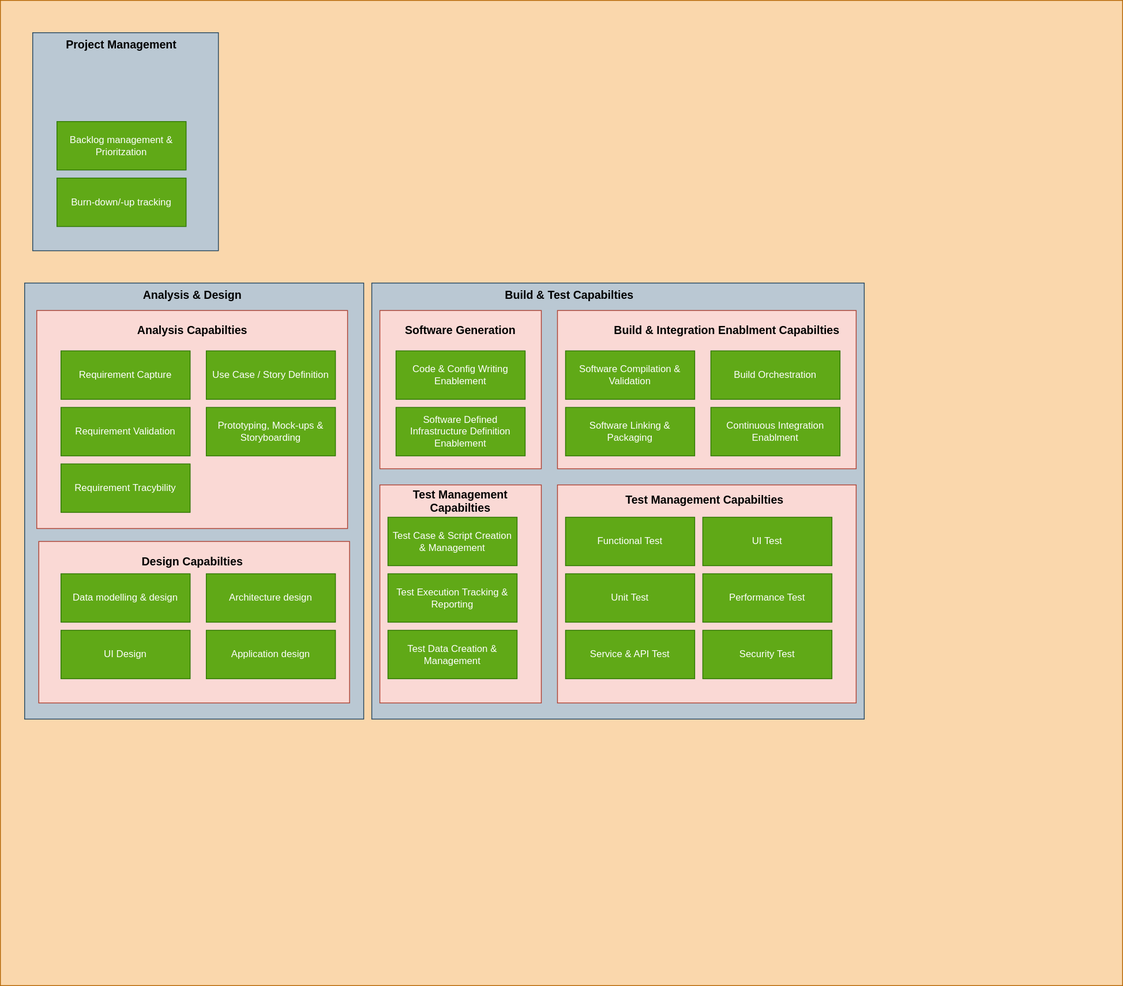
Altinn/altinn-studio-docs keeps this draw.io diagram as content/technology/architecture/capabilities/devops/devopscapabilities.drawio.svg. Above is the earlier version. Source tidied: cells renumbered, new cells last; positions are measured from the earlier drawing's top-left corner, leaving out a move shared by most shapes. Its diagram source:
```xml
<mxGraphModel>
  <root>
    <mxCell id="0" />
    <mxCell id="1" parent="0" />
    <mxCell id="2" style="rounded=0;whiteSpace=wrap;html=1;fillColor=#fad7ac;strokeColor=#b46504;" parent="1" vertex="1">
      <mxGeometry width="1390" height="1220" as="geometry" />
    </mxCell>
    <mxCell id="3" style="rounded=0;whiteSpace=wrap;html=1;fillColor=#bac8d3;strokeColor=#23445d;" parent="1" vertex="1">
      <mxGeometry x="40" y="40" width="230" height="270" as="geometry" />
    </mxCell>
    <mxCell id="4" value="Backlog management &amp;amp; Prioritzation" style="rounded=0;whiteSpace=wrap;html=1;fillColor=#60a917;fontColor=#ffffff;strokeColor=#2D7600;" parent="1" vertex="1">
      <mxGeometry x="70" y="150" width="160" height="60" as="geometry" />
    </mxCell>
    <mxCell id="5" value="Burn-down/-up tracking" style="rounded=0;whiteSpace=wrap;html=1;fillColor=#60a917;fontColor=#ffffff;strokeColor=#2D7600;" parent="1" vertex="1">
      <mxGeometry x="70" y="220" width="160" height="60" as="geometry" />
    </mxCell>
    <mxCell id="6" value="Project Management" style="text;html=1;strokeColor=none;fillColor=none;align=center;verticalAlign=middle;whiteSpace=wrap;rounded=0;fontColor=#000000;fontStyle=1;fontSize=14;" parent="1" vertex="1">
      <mxGeometry x="45" y="40" width="210" height="30" as="geometry" />
    </mxCell>
    <mxCell id="7" style="rounded=0;whiteSpace=wrap;html=1;fillColor=#bac8d3;strokeColor=#23445d;" parent="1" vertex="1">
      <mxGeometry x="30" y="350" width="420" height="540" as="geometry" />
    </mxCell>
    <mxCell id="8" value="Analysis &amp;amp; Design" style="text;html=1;strokeColor=none;fillColor=none;align=center;verticalAlign=middle;whiteSpace=wrap;rounded=0;fontColor=#000000;fontStyle=1;fontSize=14;" parent="1" vertex="1">
      <mxGeometry x="132.5" y="350" width="210" height="30" as="geometry" />
    </mxCell>
    <mxCell id="9" style="rounded=0;whiteSpace=wrap;html=1;fillColor=#fad9d5;strokeColor=#ae4132;" parent="1" vertex="1">
      <mxGeometry x="45" y="384" width="385" height="270" as="geometry" />
    </mxCell>
    <mxCell id="10" value="Analysis Capabilties" style="text;html=1;strokeColor=none;fillColor=none;align=center;verticalAlign=middle;whiteSpace=wrap;rounded=0;fontColor=#000000;fontStyle=1;fontSize=14;" parent="1" vertex="1">
      <mxGeometry x="132.5" y="394" width="210" height="30" as="geometry" />
    </mxCell>
    <mxCell id="11" value="Requirement Capture" style="rounded=0;whiteSpace=wrap;html=1;fillColor=#60a917;fontColor=#ffffff;strokeColor=#2D7600;" parent="1" vertex="1">
      <mxGeometry x="75" y="434" width="160" height="60" as="geometry" />
    </mxCell>
    <mxCell id="12" value="Use Case / Story Definition" style="rounded=0;whiteSpace=wrap;html=1;fillColor=#60a917;fontColor=#ffffff;strokeColor=#2D7600;" parent="1" vertex="1">
      <mxGeometry x="255" y="434" width="160" height="60" as="geometry" />
    </mxCell>
    <mxCell id="13" value="Requirement Validation" style="rounded=0;whiteSpace=wrap;html=1;fillColor=#60a917;fontColor=#ffffff;strokeColor=#2D7600;" parent="1" vertex="1">
      <mxGeometry x="75" y="504" width="160" height="60" as="geometry" />
    </mxCell>
    <mxCell id="14" value="Requirement Tracybility" style="rounded=0;whiteSpace=wrap;html=1;fillColor=#60a917;fontColor=#ffffff;strokeColor=#2D7600;" parent="1" vertex="1">
      <mxGeometry x="75" y="574" width="160" height="60" as="geometry" />
    </mxCell>
    <mxCell id="15" value="Prototyping, Mock-ups &amp;amp; Storyboarding" style="rounded=0;whiteSpace=wrap;html=1;fillColor=#60a917;fontColor=#ffffff;strokeColor=#2D7600;" parent="1" vertex="1">
      <mxGeometry x="255" y="504" width="160" height="60" as="geometry" />
    </mxCell>
    <mxCell id="16" style="rounded=0;whiteSpace=wrap;html=1;fillColor=#fad9d5;strokeColor=#ae4132;" parent="1" vertex="1">
      <mxGeometry x="47.5" y="670" width="385" height="200" as="geometry" />
    </mxCell>
    <mxCell id="17" value="Data modelling &amp;amp; design" style="rounded=0;whiteSpace=wrap;html=1;fillColor=#60a917;fontColor=#ffffff;strokeColor=#2D7600;" parent="1" vertex="1">
      <mxGeometry x="75" y="710" width="160" height="60" as="geometry" />
    </mxCell>
    <mxCell id="18" value="Architecture design" style="rounded=0;whiteSpace=wrap;html=1;fillColor=#60a917;fontColor=#ffffff;strokeColor=#2D7600;" parent="1" vertex="1">
      <mxGeometry x="255" y="710" width="160" height="60" as="geometry" />
    </mxCell>
    <mxCell id="19" value="UI Design" style="rounded=0;whiteSpace=wrap;html=1;fillColor=#60a917;fontColor=#ffffff;strokeColor=#2D7600;" parent="1" vertex="1">
      <mxGeometry x="75" y="780" width="160" height="60" as="geometry" />
    </mxCell>
    <mxCell id="20" value="Application design" style="rounded=0;whiteSpace=wrap;html=1;fillColor=#60a917;fontColor=#ffffff;strokeColor=#2D7600;" parent="1" vertex="1">
      <mxGeometry x="255" y="780" width="160" height="60" as="geometry" />
    </mxCell>
    <mxCell id="21" value="Design Capabilties" style="text;html=1;strokeColor=none;fillColor=none;align=center;verticalAlign=middle;whiteSpace=wrap;rounded=0;fontColor=#000000;fontStyle=1;fontSize=14;" parent="1" vertex="1">
      <mxGeometry x="132.5" y="680" width="210" height="30" as="geometry" />
    </mxCell>
    <mxCell id="22" style="rounded=0;whiteSpace=wrap;html=1;fillColor=#bac8d3;strokeColor=#23445d;" parent="1" vertex="1">
      <mxGeometry x="460" y="350" width="610" height="540" as="geometry" />
    </mxCell>
    <mxCell id="23" style="rounded=0;whiteSpace=wrap;html=1;fillColor=#fad9d5;strokeColor=#ae4132;" parent="1" vertex="1">
      <mxGeometry x="470" y="384" width="200" height="196" as="geometry" />
    </mxCell>
    <mxCell id="24" value="Code &amp;amp; Config Writing Enablement" style="rounded=0;whiteSpace=wrap;html=1;fillColor=#60a917;fontColor=#ffffff;strokeColor=#2D7600;" parent="1" vertex="1">
      <mxGeometry x="490" y="434" width="160" height="60" as="geometry" />
    </mxCell>
    <mxCell id="25" value="Software Defined Infrastructure Definition Enablement" style="rounded=0;whiteSpace=wrap;html=1;fillColor=#60a917;fontColor=#ffffff;strokeColor=#2D7600;" parent="1" vertex="1">
      <mxGeometry x="490" y="504" width="160" height="60" as="geometry" />
    </mxCell>
    <mxCell id="26" value="Software Generation" style="text;html=1;strokeColor=none;fillColor=none;align=center;verticalAlign=middle;whiteSpace=wrap;rounded=0;fontColor=#000000;fontStyle=1;fontSize=14;" parent="1" vertex="1">
      <mxGeometry x="465" y="394" width="210" height="30" as="geometry" />
    </mxCell>
    <mxCell id="27" style="rounded=0;whiteSpace=wrap;html=1;fillColor=#fad9d5;strokeColor=#ae4132;" parent="1" vertex="1">
      <mxGeometry x="690" y="384" width="370" height="196" as="geometry" />
    </mxCell>
    <mxCell id="28" value="Build &amp;amp; Integration Enablment Capabilties" style="text;html=1;strokeColor=none;fillColor=none;align=center;verticalAlign=middle;whiteSpace=wrap;rounded=0;fontColor=#000000;fontStyle=1;fontSize=14;" parent="1" vertex="1">
      <mxGeometry x="745" y="394" width="310" height="30" as="geometry" />
    </mxCell>
    <mxCell id="29" value="Software Compilation &amp;amp; Validation" style="rounded=0;whiteSpace=wrap;html=1;fillColor=#60a917;fontColor=#ffffff;strokeColor=#2D7600;" parent="1" vertex="1">
      <mxGeometry x="700" y="434" width="160" height="60" as="geometry" />
    </mxCell>
    <mxCell id="30" value="Build Orchestration" style="rounded=0;whiteSpace=wrap;html=1;fillColor=#60a917;fontColor=#ffffff;strokeColor=#2D7600;" parent="1" vertex="1">
      <mxGeometry x="880" y="434" width="160" height="60" as="geometry" />
    </mxCell>
    <mxCell id="31" value="Continuous Integration Enablment" style="rounded=0;whiteSpace=wrap;html=1;fillColor=#60a917;fontColor=#ffffff;strokeColor=#2D7600;" parent="1" vertex="1">
      <mxGeometry x="880" y="504" width="160" height="60" as="geometry" />
    </mxCell>
    <mxCell id="32" value="Software Linking &amp;amp; Packaging" style="rounded=0;whiteSpace=wrap;html=1;fillColor=#60a917;fontColor=#ffffff;strokeColor=#2D7600;" parent="1" vertex="1">
      <mxGeometry x="700" y="504" width="160" height="60" as="geometry" />
    </mxCell>
    <mxCell id="33" style="rounded=0;whiteSpace=wrap;html=1;fillColor=#fad9d5;strokeColor=#ae4132;fontStyle=1;" parent="1" vertex="1">
      <mxGeometry x="470" y="600" width="200" height="270" as="geometry" />
    </mxCell>
    <mxCell id="34" value="Test Management Capabilties" style="text;html=1;strokeColor=none;fillColor=none;align=center;verticalAlign=middle;whiteSpace=wrap;rounded=0;fontColor=#000000;fontStyle=1;fontSize=14;" parent="1" vertex="1">
      <mxGeometry x="510" y="605" width="120" height="30" as="geometry" />
    </mxCell>
    <mxCell id="35" value="Test Execution Tracking &amp;amp; Reporting" style="rounded=0;whiteSpace=wrap;html=1;fillColor=#60a917;fontColor=#ffffff;strokeColor=#2D7600;" parent="1" vertex="1">
      <mxGeometry x="480" y="710" width="160" height="60" as="geometry" />
    </mxCell>
    <mxCell id="36" value="Test Case &amp;amp; Script Creation &amp;amp; Management" style="rounded=0;whiteSpace=wrap;html=1;fillColor=#60a917;fontColor=#ffffff;strokeColor=#2D7600;" parent="1" vertex="1">
      <mxGeometry x="480" y="640" width="160" height="60" as="geometry" />
    </mxCell>
    <mxCell id="37" value="Test Data Creation &amp;amp; Management" style="rounded=0;whiteSpace=wrap;html=1;fillColor=#60a917;fontColor=#ffffff;strokeColor=#2D7600;" parent="1" vertex="1">
      <mxGeometry x="480" y="780" width="160" height="60" as="geometry" />
    </mxCell>
    <mxCell id="38" style="rounded=0;whiteSpace=wrap;html=1;fillColor=#fad9d5;strokeColor=#ae4132;fontStyle=1;" parent="1" vertex="1">
      <mxGeometry x="690" y="600" width="370" height="270" as="geometry" />
    </mxCell>
    <mxCell id="39" value="Functional Test" style="rounded=0;whiteSpace=wrap;html=1;fillColor=#60a917;fontColor=#ffffff;strokeColor=#2D7600;" parent="1" vertex="1">
      <mxGeometry x="700" y="640" width="160" height="60" as="geometry" />
    </mxCell>
    <mxCell id="40" value="Unit Test" style="rounded=0;whiteSpace=wrap;html=1;fillColor=#60a917;fontColor=#ffffff;strokeColor=#2D7600;" parent="1" vertex="1">
      <mxGeometry x="700" y="710" width="160" height="60" as="geometry" />
    </mxCell>
    <mxCell id="41" value="Service &amp;amp; API Test" style="rounded=0;whiteSpace=wrap;html=1;fillColor=#60a917;fontColor=#ffffff;strokeColor=#2D7600;" parent="1" vertex="1">
      <mxGeometry x="700" y="780" width="160" height="60" as="geometry" />
    </mxCell>
    <mxCell id="42" value="UI Test" style="rounded=0;whiteSpace=wrap;html=1;fillColor=#60a917;fontColor=#ffffff;strokeColor=#2D7600;" parent="1" vertex="1">
      <mxGeometry x="870" y="640" width="160" height="60" as="geometry" />
    </mxCell>
    <mxCell id="43" value="Performance Test" style="rounded=0;whiteSpace=wrap;html=1;fillColor=#60a917;fontColor=#ffffff;strokeColor=#2D7600;" parent="1" vertex="1">
      <mxGeometry x="870" y="710" width="160" height="60" as="geometry" />
    </mxCell>
    <mxCell id="44" value="Security Test" style="rounded=0;whiteSpace=wrap;html=1;fillColor=#60a917;fontColor=#ffffff;strokeColor=#2D7600;" parent="1" vertex="1">
      <mxGeometry x="870" y="780" width="160" height="60" as="geometry" />
    </mxCell>
    <mxCell id="45" value="Test Management Capabilties" style="text;html=1;strokeColor=none;fillColor=none;align=center;verticalAlign=middle;whiteSpace=wrap;rounded=0;fontColor=#000000;fontStyle=1;fontSize=14;" parent="1" vertex="1">
      <mxGeometry x="745" y="604" width="255" height="30" as="geometry" />
    </mxCell>
    <mxCell id="46" value="Build &amp;amp; Test Capabilties" style="text;html=1;strokeColor=none;fillColor=none;align=center;verticalAlign=middle;whiteSpace=wrap;rounded=0;fontColor=#000000;fontStyle=1;fontSize=14;" parent="1" vertex="1">
      <mxGeometry x="600" y="350" width="210" height="30" as="geometry" />
    </mxCell>
  </root>
</mxGraphModel>
```
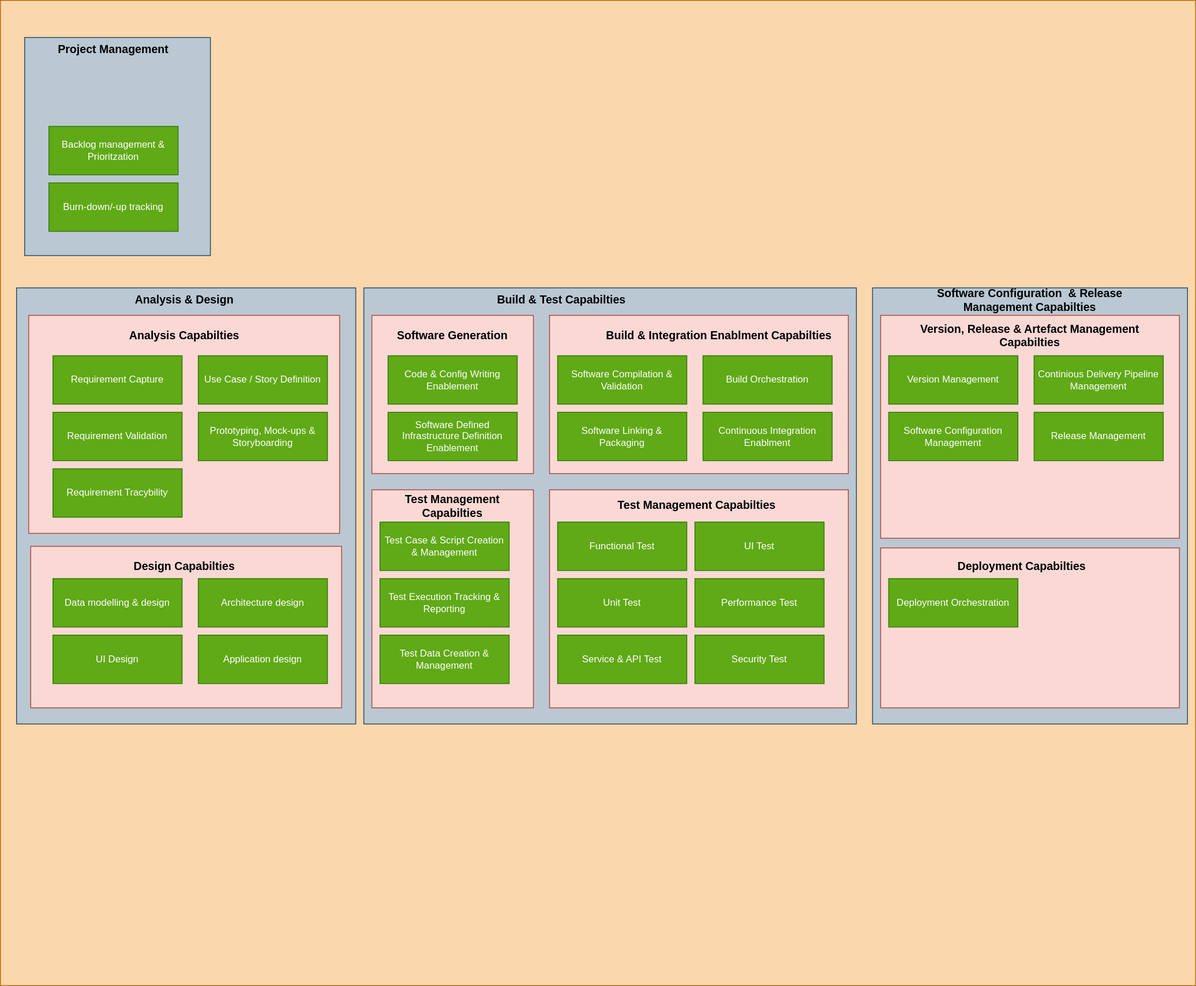
The same diagram one commit later.

Change to the diagram source:
```diff
@@ -3,7 +3,7 @@
     <mxCell id="0" />
     <mxCell id="1" parent="0" />
     <mxCell id="2" style="rounded=0;whiteSpace=wrap;html=1;fillColor=#fad7ac;strokeColor=#b46504;" parent="1" vertex="1">
-      <mxGeometry width="1390" height="1220" as="geometry" />
+      <mxGeometry x="10" y="-6" width="1480" height="1220" as="geometry" />
     </mxCell>
     <mxCell id="3" style="rounded=0;whiteSpace=wrap;html=1;fillColor=#bac8d3;strokeColor=#23445d;" parent="1" vertex="1">
       <mxGeometry x="40" y="40" width="230" height="270" as="geometry" />
@@ -137,5 +137,38 @@
     <mxCell id="46" value="Build &amp;amp; Test Capabilties" style="text;html=1;strokeColor=none;fillColor=none;align=center;verticalAlign=middle;whiteSpace=wrap;rounded=0;fontColor=#000000;fontStyle=1;fontSize=14;" parent="1" vertex="1">
       <mxGeometry x="600" y="350" width="210" height="30" as="geometry" />
     </mxCell>
+    <mxCell id="47" style="rounded=0;whiteSpace=wrap;html=1;fillColor=#bac8d3;strokeColor=#23445d;" parent="1" vertex="1">
+      <mxGeometry x="1090" y="350" width="390" height="540" as="geometry" />
+    </mxCell>
+    <mxCell id="48" style="rounded=0;whiteSpace=wrap;html=1;fillColor=#fad9d5;strokeColor=#ae4132;" parent="1" vertex="1">
+      <mxGeometry x="1100" y="384" width="370" height="276" as="geometry" />
+    </mxCell>
+    <mxCell id="49" value="Version Management" style="rounded=0;whiteSpace=wrap;html=1;fillColor=#60a917;fontColor=#ffffff;strokeColor=#2D7600;" parent="1" vertex="1">
+      <mxGeometry x="1110" y="434" width="160" height="60" as="geometry" />
+    </mxCell>
+    <mxCell id="50" value="Software Configuration&amp;nbsp; &amp;amp; Release Management Capabilties" style="text;html=1;strokeColor=none;fillColor=none;align=center;verticalAlign=middle;whiteSpace=wrap;rounded=0;fontColor=#000000;fontStyle=1;fontSize=14;" parent="1" vertex="1">
+      <mxGeometry x="1130" y="350" width="310" height="30" as="geometry" />
+    </mxCell>
+    <mxCell id="51" value="Continious Delivery Pipeline Management" style="rounded=0;whiteSpace=wrap;html=1;fillColor=#60a917;fontColor=#ffffff;strokeColor=#2D7600;" parent="1" vertex="1">
+      <mxGeometry x="1290" y="434" width="160" height="60" as="geometry" />
+    </mxCell>
+    <mxCell id="52" value="Release Management" style="rounded=0;whiteSpace=wrap;html=1;fillColor=#60a917;fontColor=#ffffff;strokeColor=#2D7600;" parent="1" vertex="1">
+      <mxGeometry x="1290" y="504" width="160" height="60" as="geometry" />
+    </mxCell>
+    <mxCell id="53" value="Software Configuration Management" style="rounded=0;whiteSpace=wrap;html=1;fillColor=#60a917;fontColor=#ffffff;strokeColor=#2D7600;" parent="1" vertex="1">
+      <mxGeometry x="1110" y="504" width="160" height="60" as="geometry" />
+    </mxCell>
+    <mxCell id="54" value="Version, Release &amp;amp; Artefact Management Capabilties" style="text;html=1;strokeColor=none;fillColor=none;align=center;verticalAlign=middle;whiteSpace=wrap;rounded=0;fontColor=#000000;fontStyle=1;fontSize=14;" parent="1" vertex="1">
+      <mxGeometry x="1130" y="394" width="310" height="30" as="geometry" />
+    </mxCell>
+    <mxCell id="55" style="rounded=0;whiteSpace=wrap;html=1;fillColor=#fad9d5;strokeColor=#ae4132;" parent="1" vertex="1">
+      <mxGeometry x="1100" y="672" width="370" height="198" as="geometry" />
+    </mxCell>
+    <mxCell id="56" value="Deployment Capabilties" style="text;html=1;strokeColor=none;fillColor=none;align=center;verticalAlign=middle;whiteSpace=wrap;rounded=0;fontColor=#000000;fontStyle=1;fontSize=14;" parent="1" vertex="1">
+      <mxGeometry x="1120" y="680" width="310" height="30" as="geometry" />
+    </mxCell>
+    <mxCell id="57" value="Deployment Orchestration" style="rounded=0;whiteSpace=wrap;html=1;fillColor=#60a917;fontColor=#ffffff;strokeColor=#2D7600;" parent="1" vertex="1">
+      <mxGeometry x="1110" y="710" width="160" height="60" as="geometry" />
+    </mxCell>
   </root>
 </mxGraphModel>
```
